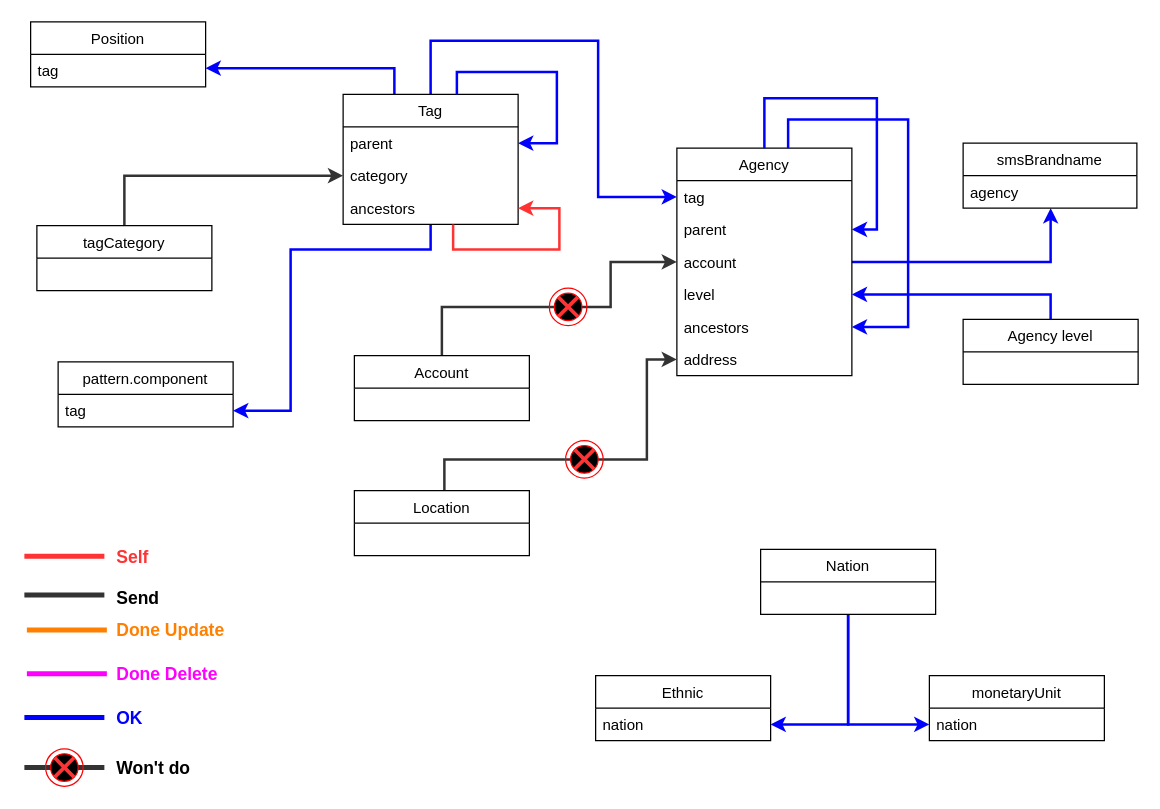
Earlier version of the draw.io diagram Biểu đồ không có tiêu đề.drawio (mitgaming/Blk-Design-System). Source tidied: cells renumbered, new cells numbered last; positions are measured from the earlier drawing's top-left corner, leaving out a move shared by most shapes. Both pictures are drawn from the tidied source at 125%, with x=0, y=0 at pixel (24, 21).
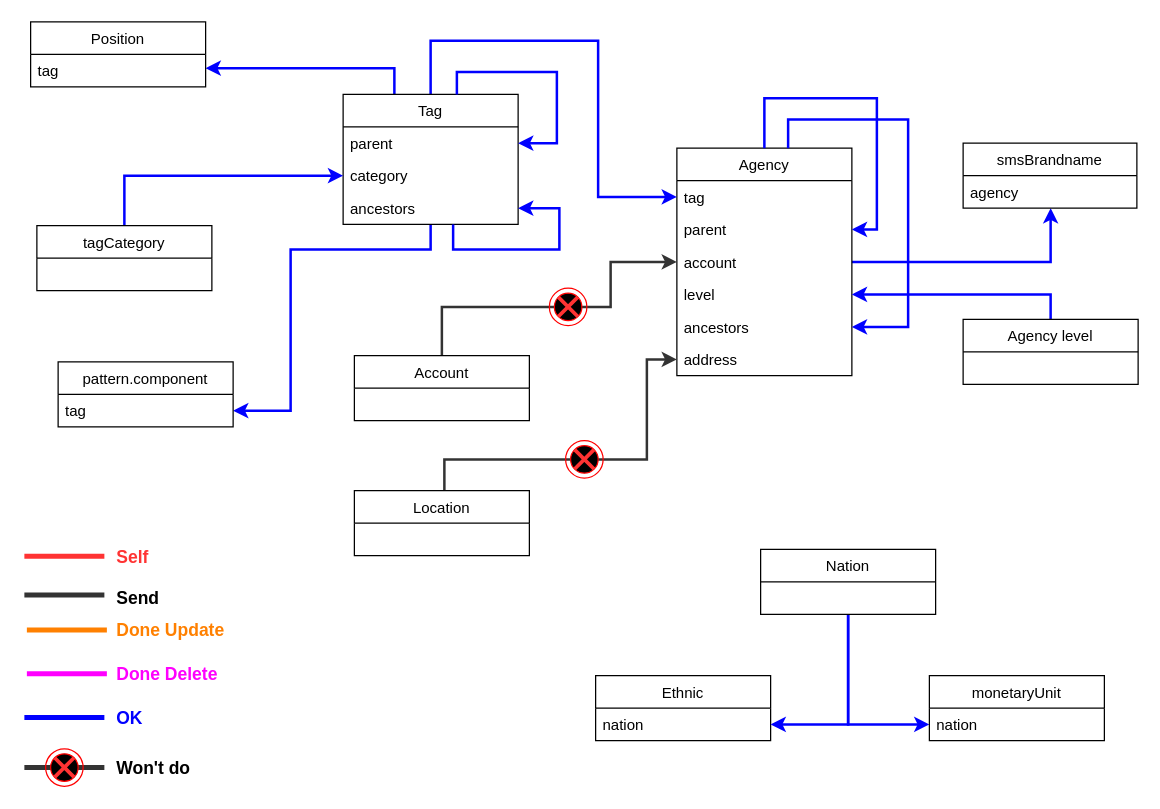
After the change.

Commit message:
Cập nhật Biểu đồ không có tiêu đề.drawio

The change refers to these unchanged cells:
```xml
<mxCell id="15" value="Tag" style="swimlane;fontStyle=0;horizontal=1;startSize=26;fillColor=none;" parent="1" vertex="1">
  <mxGeometry x="255" y="58" width="140" height="104" as="geometry" />
</mxCell>
<mxCell id="17" value="category" style="text;strokeColor=none;fillColor=none;align=left;verticalAlign=top;spacingLeft=4;spacingRight=4;overflow=hidden;points=[[0,0.5],[1,0.5]];portConstraint=eastwest;" parent="15" vertex="1">
  <mxGeometry y="52" width="140" height="26" as="geometry" />
</mxCell>
<mxCell id="19" value="ancestors" style="text;strokeColor=none;fillColor=none;align=left;verticalAlign=top;spacingLeft=4;spacingRight=4;overflow=hidden;points=[[0,0.5],[1,0.5]];portConstraint=eastwest;" parent="15" vertex="1">
  <mxGeometry y="78" width="140" height="26" as="geometry" />
</mxCell>
<mxCell id="37" value="tagCategory" style="swimlane;fontStyle=0;horizontal=1;startSize=26;fillColor=none;" parent="1" vertex="1">
  <mxGeometry x="10" y="163" width="140" height="52" as="geometry" />
</mxCell>
```

What changed in the source:
```diff
@@
-    <mxCell id="20" style="edgeStyle=orthogonalEdgeStyle;rounded=0;jettySize=auto;html=1;strokeColor=#FF3333;strokeWidth=2;" parent="15" edge="1" source="15" target="19">
+    <mxCell id="20" style="edgeStyle=orthogonalEdgeStyle;rounded=0;jettySize=auto;html=1;strokeWidth=2;strokeColor=#0000FF;" parent="15" edge="1" source="15" target="19">
       <mxGeometry relative="1" as="geometry">
         <Array as="points">
           <mxPoint x="88" y="124" />
           <mxPoint x="173" y="124" />
           <mxPoint x="173" y="91" />
         </Array>
       </mxGeometry>
     </mxCell>
@@
-    <mxCell id="36" style="edgeStyle=orthogonalEdgeStyle;rounded=0;jettySize=auto;html=1;strokeColor=#333333;strokeWidth=2;" parent="1" edge="1" source="37" target="17">
+    <mxCell id="36" style="edgeStyle=orthogonalEdgeStyle;rounded=0;jettySize=auto;html=1;strokeWidth=2;strokeColor=#0000FF;" parent="1" edge="1" source="37" target="17">
       <mxGeometry relative="1" as="geometry" />
     </mxCell>
```
